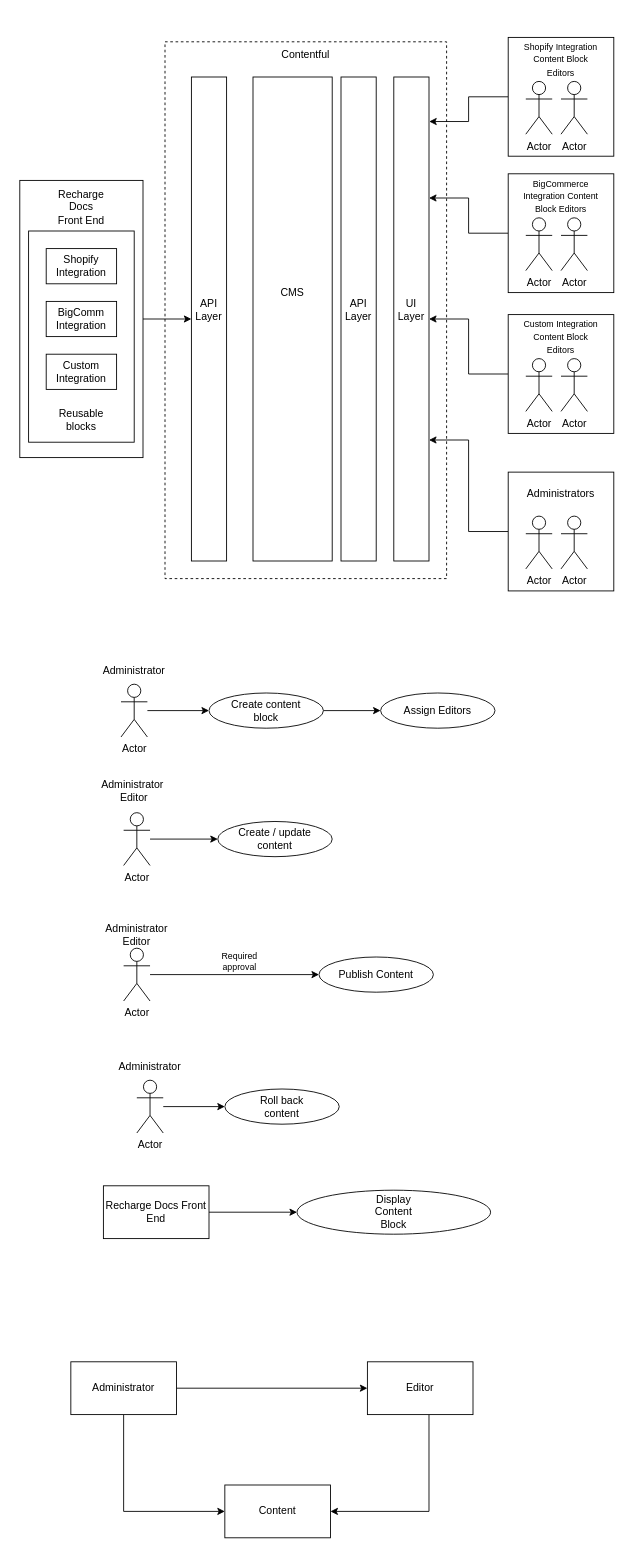
The draw.io diagram RechargeDocumentation/Recharge documentation overview.drawio in alexrsunrise/diagrams, before the edit. Source tidied: cells renumbered, new cells numbered last; positions are measured from the earlier drawing's top-left corner, leaving out a move shared by most shapes. Both pictures are drawn from the tidied source at 88%, with x=0, y=0 at pixel (19, 37).
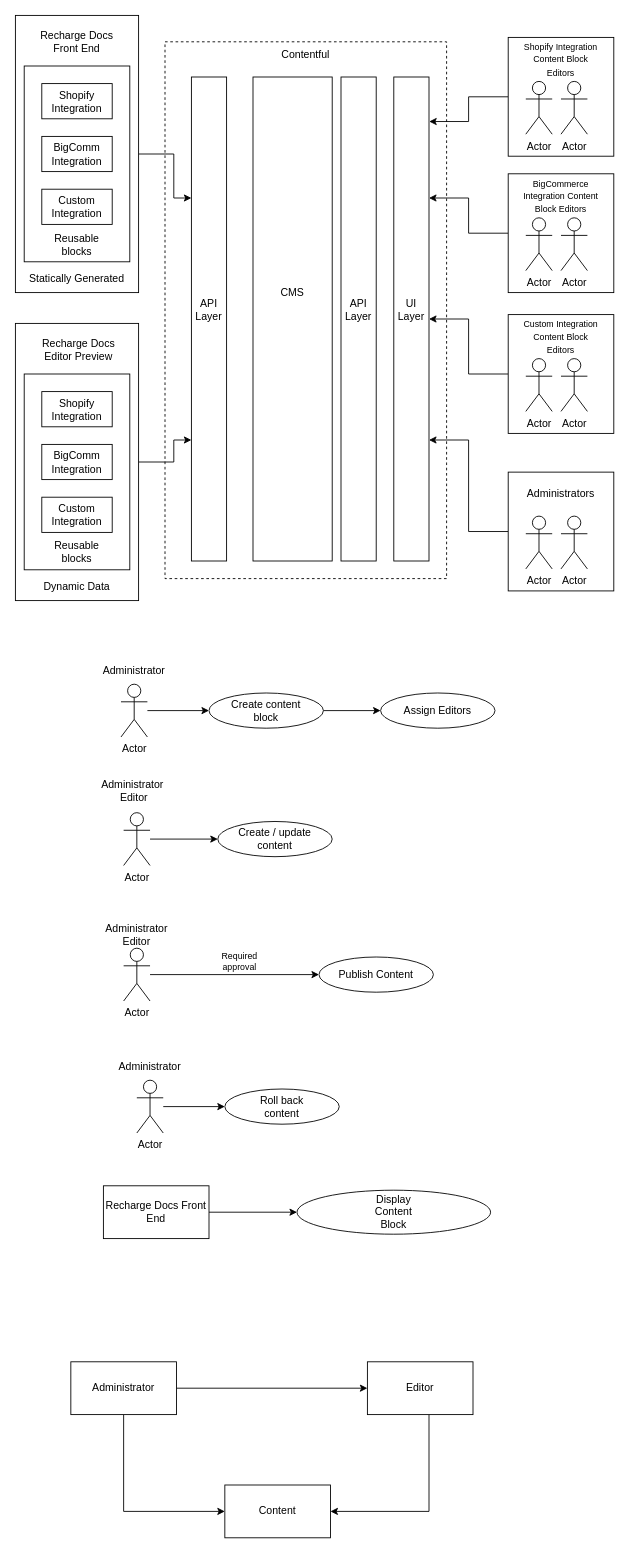
The same diagram, later.

The change refers to these unchanged cells:
```xml
<mxCell id="14" style="rounded=0;whiteSpace=wrap;html=1;direction=south;" parent="1" vertex="1">
  <mxGeometry x="195" y="45" width="40" height="550" as="geometry" />
</mxCell>
```

Change to the diagram source:
```diff
@@
-    <mxCell id="16" style="edgeStyle=orthogonalEdgeStyle;rounded=0;jettySize=auto;html=1;" parent="1" edge="1" source="17" target="14">
-      <mxGeometry relative="1" as="geometry" />
+    <mxCell id="16" style="edgeStyle=orthogonalEdgeStyle;rounded=0;jettySize=auto;html=1;entryX=0.25;entryY=1;entryDx=0;entryDy=0;" parent="1" edge="1" source="17" target="14">
+      <mxGeometry relative="1" as="geometry">
+        <Array as="points">
+          <mxPoint x="175" y="133" />
+          <mxPoint x="175" y="183" />
+        </Array>
+      </mxGeometry>
     </mxCell>
     <mxCell id="17" style="rounded=0;whiteSpace=wrap;html=1;" parent="1" vertex="1">
-      <mxGeometry y="162.5" width="140" height="315" as="geometry" />
+      <mxGeometry x="-5" y="-25" width="140" height="315" as="geometry" />
     </mxCell>
     <mxCell id="18" value="Recharge Docs Front End" style="text;html=1;strokeColor=none;fillColor=none;align=center;verticalAlign=middle;whiteSpace=wrap;rounded=0;" parent="1" vertex="1">
-      <mxGeometry x="40" y="177.5" width="60" height="30" as="geometry" />
+      <mxGeometry x="15" y="-10" width="100" height="30" as="geometry" />
     </mxCell>
@@
     <mxCell id="34" style="rounded=0;whiteSpace=wrap;html=1;" parent="1" vertex="1">
-      <mxGeometry x="10" y="220" width="120" height="240" as="geometry" />
+      <mxGeometry x="5" y="32.5" width="120" height="222.5" as="geometry" />
     </mxCell>
     <mxCell id="35" value="Reusable blocks" style="text;html=1;strokeColor=none;fillColor=none;align=center;verticalAlign=middle;whiteSpace=wrap;rounded=0;" parent="1" vertex="1">
-      <mxGeometry x="40" y="420" width="60" height="30" as="geometry" />
+      <mxGeometry x="35" y="221" width="60" height="30" as="geometry" />
     </mxCell>
     <mxCell id="36" style="rounded=0;whiteSpace=wrap;html=1;" parent="1" vertex="1">
-      <mxGeometry x="30" y="360" width="80" height="40" as="geometry" />
+      <mxGeometry x="25" y="172.5" width="80" height="40" as="geometry" />
     </mxCell>
     <mxCell id="37" value="Custom&lt;br&gt;Integration" style="text;html=1;strokeColor=none;fillColor=none;align=center;verticalAlign=middle;whiteSpace=wrap;rounded=0;" parent="1" vertex="1">
-      <mxGeometry x="40" y="365" width="60" height="30" as="geometry" />
+      <mxGeometry x="35" y="177.5" width="60" height="30" as="geometry" />
     </mxCell>
     <mxCell id="38" style="rounded=0;whiteSpace=wrap;html=1;" parent="1" vertex="1">
-      <mxGeometry x="30" y="300" width="80" height="40" as="geometry" />
+      <mxGeometry x="25" y="112.5" width="80" height="40" as="geometry" />
     </mxCell>
     <mxCell id="39" value="BigComm&lt;br&gt;Integration" style="text;html=1;strokeColor=none;fillColor=none;align=center;verticalAlign=middle;whiteSpace=wrap;rounded=0;" parent="1" vertex="1">
-      <mxGeometry x="40" y="305" width="60" height="30" as="geometry" />
+      <mxGeometry x="35" y="117.5" width="60" height="30" as="geometry" />
     </mxCell>
     <mxCell id="40" style="rounded=0;whiteSpace=wrap;html=1;" parent="1" vertex="1">
-      <mxGeometry x="30" y="240" width="80" height="40" as="geometry" />
+      <mxGeometry x="25" y="52.5" width="80" height="40" as="geometry" />
     </mxCell>
     <mxCell id="41" value="Shopify Integration" style="text;html=1;strokeColor=none;fillColor=none;align=center;verticalAlign=middle;whiteSpace=wrap;rounded=0;" parent="1" vertex="1">
-      <mxGeometry x="40" y="245" width="60" height="30" as="geometry" />
+      <mxGeometry x="35" y="57.5" width="60" height="30" as="geometry" />
     </mxCell>
@@
+    <mxCell id="77" style="edgeStyle=orthogonalEdgeStyle;rounded=0;jettySize=auto;html=1;entryX=0.75;entryY=1;entryDx=0;entryDy=0;" parent="1" edge="1" source="78" target="14">
+      <mxGeometry relative="1" as="geometry">
+        <Array as="points">
+          <mxPoint x="175" y="483" />
+          <mxPoint x="175" y="458" />
+        </Array>
+      </mxGeometry>
+    </mxCell>
+    <mxCell id="78" style="rounded=0;whiteSpace=wrap;html=1;" parent="1" vertex="1">
+      <mxGeometry x="-5" y="325" width="140" height="315" as="geometry" />
+    </mxCell>
+    <mxCell id="79" value="Recharge Docs Editor Preview" style="text;html=1;strokeColor=none;fillColor=none;align=center;verticalAlign=middle;whiteSpace=wrap;rounded=0;" parent="1" vertex="1">
+      <mxGeometry x="17" y="340" width="100" height="30" as="geometry" />
+    </mxCell>
+    <mxCell id="80" style="rounded=0;whiteSpace=wrap;html=1;" parent="1" vertex="1">
+      <mxGeometry x="5" y="382.5" width="120" height="222.5" as="geometry" />
+    </mxCell>
+    <mxCell id="81" value="Reusable blocks" style="text;html=1;strokeColor=none;fillColor=none;align=center;verticalAlign=middle;whiteSpace=wrap;rounded=0;" parent="1" vertex="1">
+      <mxGeometry x="35" y="569.5" width="60" height="30" as="geometry" />
+    </mxCell>
+    <mxCell id="82" style="rounded=0;whiteSpace=wrap;html=1;" parent="1" vertex="1">
+      <mxGeometry x="25" y="522.5" width="80" height="40" as="geometry" />
+    </mxCell>
+    <mxCell id="83" value="Custom&lt;br&gt;Integration" style="text;html=1;strokeColor=none;fillColor=none;align=center;verticalAlign=middle;whiteSpace=wrap;rounded=0;" parent="1" vertex="1">
+      <mxGeometry x="35" y="527.5" width="60" height="30" as="geometry" />
+    </mxCell>
+    <mxCell id="84" style="rounded=0;whiteSpace=wrap;html=1;" parent="1" vertex="1">
+      <mxGeometry x="25" y="462.5" width="80" height="40" as="geometry" />
+    </mxCell>
+    <mxCell id="85" value="BigComm&lt;br&gt;Integration" style="text;html=1;strokeColor=none;fillColor=none;align=center;verticalAlign=middle;whiteSpace=wrap;rounded=0;" parent="1" vertex="1">
+      <mxGeometry x="35" y="467.5" width="60" height="30" as="geometry" />
+    </mxCell>
+    <mxCell id="86" style="rounded=0;whiteSpace=wrap;html=1;" parent="1" vertex="1">
+      <mxGeometry x="25" y="402.5" width="80" height="40" as="geometry" />
+    </mxCell>
+    <mxCell id="87" value="Shopify Integration" style="text;html=1;strokeColor=none;fillColor=none;align=center;verticalAlign=middle;whiteSpace=wrap;rounded=0;" parent="1" vertex="1">
+      <mxGeometry x="35" y="407.5" width="60" height="30" as="geometry" />
+    </mxCell>
+    <mxCell id="88" value="Statically Generated" style="text;html=1;strokeColor=none;fillColor=none;align=center;verticalAlign=middle;whiteSpace=wrap;rounded=0;" parent="1" vertex="1">
+      <mxGeometry y="260" width="130" height="30" as="geometry" />
+    </mxCell>
+    <mxCell id="89" value="Dynamic Data" style="text;html=1;strokeColor=none;fillColor=none;align=center;verticalAlign=middle;whiteSpace=wrap;rounded=0;" parent="1" vertex="1">
+      <mxGeometry y="609" width="130" height="30" as="geometry" />
+    </mxCell>
```
